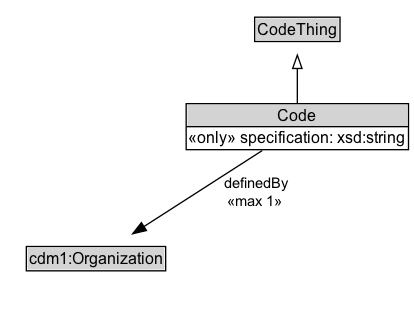
Before: docs/diagrams/Code.dot.png, a diagram exported from Graphviz (ISO-TC204/ontology-cdm-p2-v1). Its source is kept beside it as docs/diagrams/Code.dot.
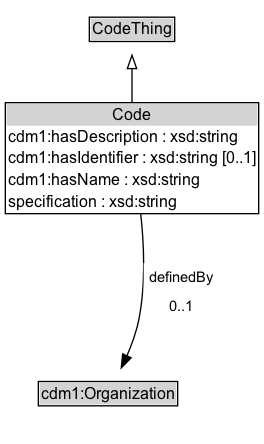
The same file after the commit.

Change to the diagram source:
```diff
@@ -3,18 +3,21 @@
 	node [fontname=Arial fontsize=12 margin=0 shape=none]
 	edge [fontname=Arial fontsize=11]
 	{
+		rank=source
+		CodeThing [label=<<TABLE BORDER="1" CELLBORDER="0" CELLSPACING="0" CELLPADDING="1"><TR><TD BGCOLOR="lightgray" ALIGN="CENTER">CodeThing</TD></TR></TABLE>> URL="../CodeThing" margin=0]
+	}
+	Code [label=<<TABLE BORDER="1" CELLBORDER="0" CELLSPACING="0" CELLPADDING="1"><TR><TD BGCOLOR="lightgray" ALIGN="CENTER">Code</TD></TR><TR><TD ALIGN="LEFT">cdm1:hasDescription : xsd:string</TD></TR><TR><TD ALIGN="LEFT">cdm1:hasIdentifier : xsd:string [0..1]</TD></TR><TR><TD ALIGN="LEFT">cdm1:hasName : xsd:string</TD></TR><TR><TD ALIGN="LEFT">specification : xsd:string</TD></TR></TABLE>> URL="../Code" margin=0]
+	{
 		rank=max
-		Code [label=<<TABLE BORDER="1" CELLBORDER="0" CELLSPACING="0" CELLPADDING="1"><TR><TD BGCOLOR="lightgray" ALIGN="CENTER" PORT="e">Code</TD></TR><HR/><TR><TD ALIGN="LEFT">«only» specification: xsd:string</TD></TR></TABLE>> URL="../Code.md" margin=0]
 	}
 	subgraph cluster_associated {
 		label="" style=invis
 		Invis [label=<<TABLE BORDER="0" CELLBORDER="0" CELLSPACING="0" CELLPADDING="1"><TR><TD></TD></TR></TABLE>> margin=0 style=invis]
-		cdm1_Organization [label=<<TABLE BORDER="1" CELLBORDER="0" CELLSPACING="0" CELLPADDING="1"><TR><TD BGCOLOR="lightgray" ALIGN="CENTER">cdm1:Organization</TD></TR></TABLE>> margin=0]
+		cdm1_Organization [label=<<TABLE BORDER="1" CELLBORDER="0" CELLSPACING="0" CELLPADDING="1"><TR><TD BGCOLOR="lightgray" ALIGN="CENTER">cdm1:Organization</TD></TR></TABLE>> URL="https://w3id.org/citydata/part1/v1/Organization" margin=0]
 	}
-	CodeThing [label=<<TABLE BORDER="1" CELLBORDER="0" CELLSPACING="0" CELLPADDING="1"><TR><TD BGCOLOR="lightgray" ALIGN="CENTER">CodeThing</TD></TR></TABLE>> URL="../CodeThing.md" margin=0]
 	Code -> CodeThing [arrowhead=onormal style=solid]
 	Code -> Invis [style=invis]
 	Invis -> cdm1_Organization [style=invis]
-	Code -> cdm1_Organization [label=" definedBy
- «max 1»  " arrowhead=normal style=solid]
+	cdm1_Organization [label=<<TABLE BORDER="1" CELLBORDER="0" CELLSPACING="0" CELLPADDING="1"><TR><TD BGCOLOR="lightgray" ALIGN="CENTER">cdm1:Organization</TD></TR></TABLE>> URL="https://w3id.org/citydata/part1/v1/Organization" margin=0]
+	Code -> cdm1_Organization [label=<<TABLE BORDER="0" CELLBORDER="0" CELLSPACING="0" CELLPADDING="4" BGCOLOR="white"><TR><TD ALIGN="CENTER">definedBy</TD></TR><TR><TD ALIGN="CENTER">0..1</TD></TR></TABLE>> arrowhead=normal style=solid]
 }
```
